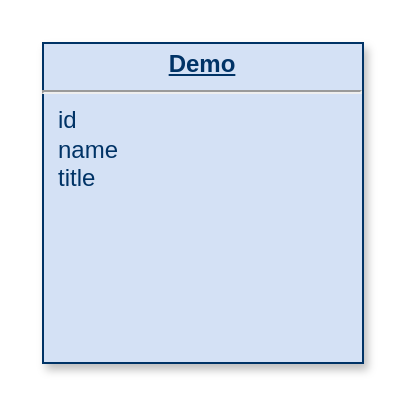
Before: pmx-db.drawio in goodjun/drawio, a draw.io diagram. Source tidied: cells renumbered, new cells numbered last; positions are measured from the earlier drawing's top-left corner, leaving out a move shared by most shapes. Both pictures are drawn from the tidied source at 200%, with x=0, y=0 at pixel (42, 42).
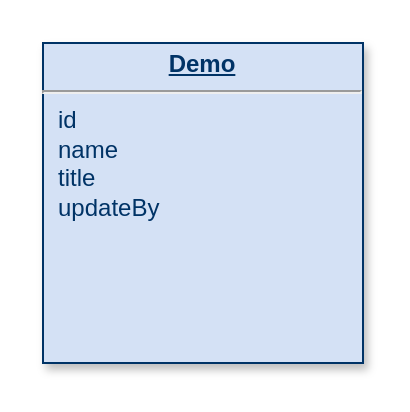
After the change.

Diff of the diagram source:
```diff
@@
 <mxGraphModel>
   <root>
     <mxCell id="0" />
     <mxCell id="1" parent="0" />
-    <mxCell id="2" value="&lt;p style=&quot;margin: 0px; margin-top: 4px; text-align: center; text-decoration: underline;&quot;&gt;&lt;b&gt;Demo&lt;/b&gt;&lt;/p&gt;&lt;hr&gt;&lt;p style=&quot;margin: 0px; margin-left: 8px;&quot;&gt;id&lt;/p&gt;&lt;p style=&quot;margin: 0px; margin-left: 8px;&quot;&gt;name&lt;/p&gt;&lt;p style=&quot;margin: 0px; margin-left: 8px;&quot;&gt;title&lt;/p&gt;" style="verticalAlign=top;align=left;overflow=fill;fontSize=12;fontFamily=Helvetica;html=1;strokeColor=#003366;shadow=1;fillColor=#D4E1F5;fontColor=#003366;" parent="1" vertex="1">
+    <mxCell id="2" value="&lt;p style=&quot;margin: 0px; margin-top: 4px; text-align: center; text-decoration: underline;&quot;&gt;&lt;b&gt;Demo&lt;/b&gt;&lt;/p&gt;&lt;hr&gt;&lt;p style=&quot;margin: 0px; margin-left: 8px;&quot;&gt;id&lt;/p&gt;&lt;p style=&quot;margin: 0px; margin-left: 8px;&quot;&gt;name&lt;/p&gt;&lt;p style=&quot;margin: 0px; margin-left: 8px;&quot;&gt;title&lt;/p&gt;&lt;p style=&quot;margin: 0px; margin-left: 8px;&quot;&gt;updateBy&lt;/p&gt;" style="verticalAlign=top;align=left;overflow=fill;fontSize=12;fontFamily=Helvetica;html=1;strokeColor=#003366;shadow=1;fillColor=#D4E1F5;fontColor=#003366;" parent="1" vertex="1">
       <mxGeometry width="160" height="160" as="geometry" />
     </mxCell>
   </root>
 </mxGraphModel>
```
